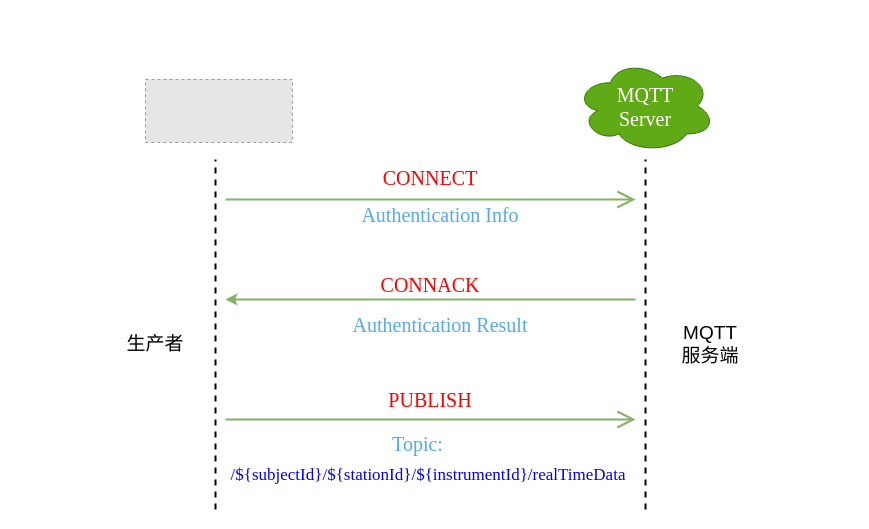
Before: page "第 1 页" (1 of 5) of drawio/mqtt-auth.drawio in raingnight/Blog_Pic, a draw.io diagram. Source tidied: cells renumbered, new cells numbered last; positions are measured from the earlier drawing's top-left corner, leaving out a move shared by most shapes. Both pictures are drawn from the tidied source at 100%, with x=0, y=0 at pixel (125, 59). Pictures stored in the file or linked from it are replaced by grey dashed boxes.
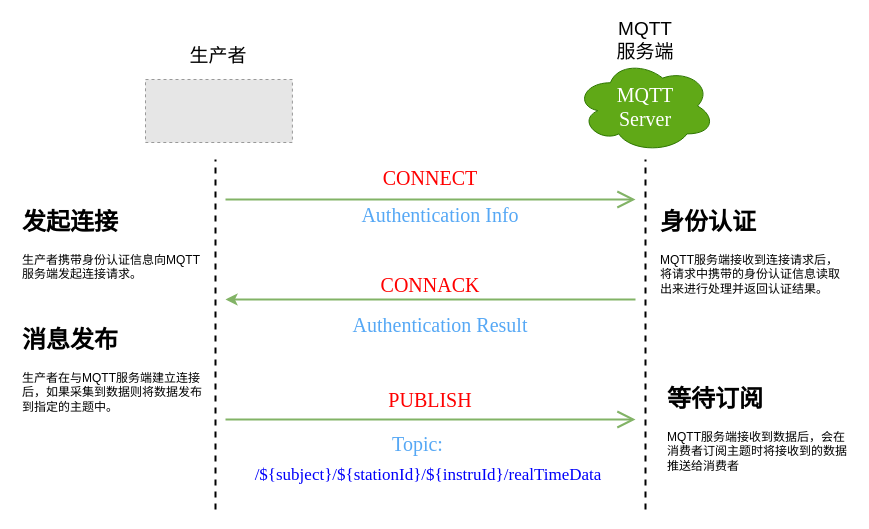
Above is the later version.

What changed in the source:
```diff
@@
     <mxCell id="10" value="生产者" style="text;html=1;strokeColor=none;fillColor=none;align=center;verticalAlign=middle;whiteSpace=wrap;rounded=0;fontSize=19;" parent="1" vertex="1">
-      <mxGeometry y="270" width="60" height="30" as="geometry" />
+      <mxGeometry x="63.4" y="-18" width="60" height="30" as="geometry" />
     </mxCell>
     <mxCell id="11" value="MQTT&lt;br&gt;服务端" style="text;html=1;strokeColor=none;fillColor=none;align=center;verticalAlign=middle;whiteSpace=wrap;rounded=0;fontSize=19;" parent="1" vertex="1">
-      <mxGeometry x="540" y="270" width="90" height="30" as="geometry" />
+      <mxGeometry x="474.8" y="-34" width="90" height="30" as="geometry" />
     </mxCell>
@@
-    <mxCell id="17" value="&lt;p class=&quot;MsoNormal&quot;&gt;&lt;font style=&quot;font-size: 17px;&quot; face=&quot;Times New Roman&quot;&gt;/${subjectId}/${stationId}/${instrumentId}/realTimeData&lt;/font&gt;&lt;/p&gt;" style="text;html=1;strokeColor=none;fillColor=none;align=center;verticalAlign=middle;whiteSpace=wrap;rounded=0;fontSize=20;fontColor=#0000fa;" parent="1" vertex="1">
+    <mxCell id="17" value="&lt;p class=&quot;MsoNormal&quot;&gt;&lt;font style=&quot;font-size: 17px;&quot; face=&quot;Times New Roman&quot;&gt;/${subject}/${stationId}/${instruId}/realTimeData&lt;/font&gt;&lt;/p&gt;" style="text;html=1;strokeColor=none;fillColor=none;align=center;verticalAlign=middle;whiteSpace=wrap;rounded=0;fontSize=20;fontColor=#0000fa;" parent="1" vertex="1">
       <mxGeometry x="101" y="399" width="403.5" height="30" as="geometry" />
     </mxCell>
+    <mxCell id="18" value="&lt;h1&gt;发起连接&lt;/h1&gt;&lt;p&gt;生产者携带身份认证信息向MQTT服务端发起连接请求。&lt;/p&gt;" style="text;html=1;strokeColor=none;fillColor=none;spacing=5;spacingTop=-20;whiteSpace=wrap;overflow=hidden;rounded=0;" parent="1" vertex="1">
+      <mxGeometry x="-108" y="143" width="190" height="87" as="geometry" />
+    </mxCell>
+    <mxCell id="19" value="&lt;h1&gt;身份认证&lt;/h1&gt;&lt;p&gt;MQTT服务端接收到连接请求后，将请求中携带的身份认证信息读取出来进行处理并返回认证结果。&lt;/p&gt;" style="text;html=1;strokeColor=none;fillColor=none;spacing=5;spacingTop=-20;whiteSpace=wrap;overflow=hidden;rounded=0;" parent="1" vertex="1">
+      <mxGeometry x="530" y="143" width="190" height="97" as="geometry" />
+    </mxCell>
+    <mxCell id="20" value="&lt;h1&gt;消息发布&lt;/h1&gt;&lt;p&gt;生产者在与MQTT服务端建立连接后，如果采集到数据则将数据发布到指定的主题中。&lt;/p&gt;" style="text;html=1;strokeColor=none;fillColor=none;spacing=5;spacingTop=-20;whiteSpace=wrap;overflow=hidden;rounded=0;" parent="1" vertex="1">
+      <mxGeometry x="-108" y="261" width="190" height="103" as="geometry" />
+    </mxCell>
+    <mxCell id="21" value="&lt;h1&gt;等待订阅&lt;/h1&gt;&lt;p&gt;MQTT服务端接收到数据后，会在消费者订阅主题时将接收到的数据推送给消费者&lt;/p&gt;" style="text;html=1;strokeColor=none;fillColor=none;spacing=5;spacingTop=-20;whiteSpace=wrap;overflow=hidden;rounded=0;" parent="1" vertex="1">
+      <mxGeometry x="537" y="320" width="190" height="103" as="geometry" />
+    </mxCell>
```
